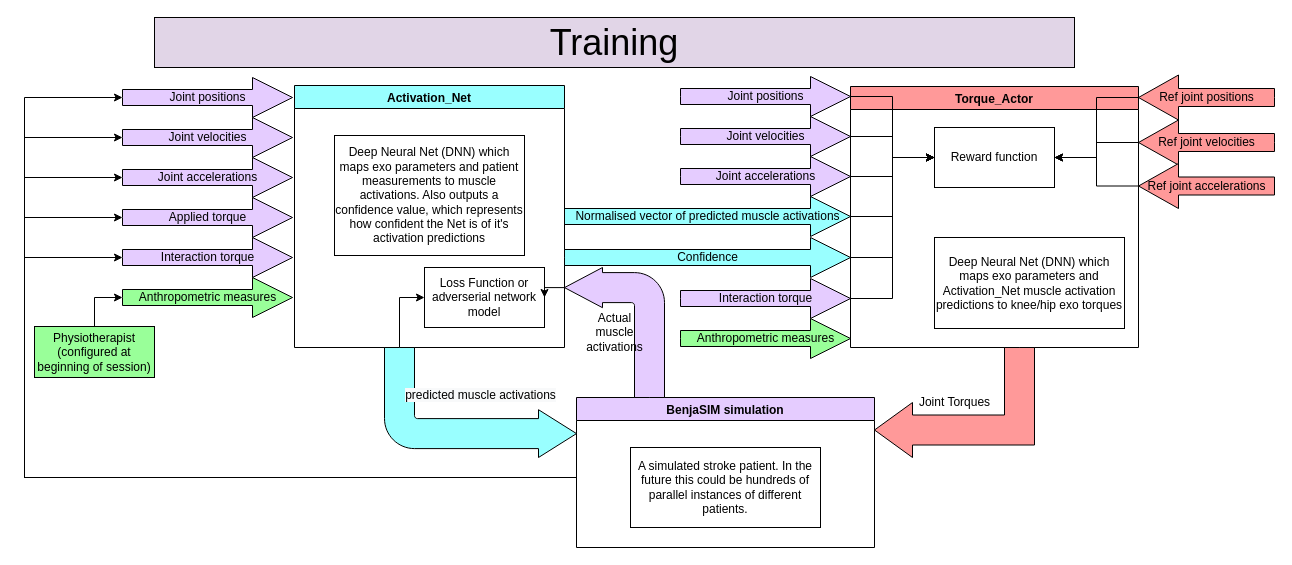
Above: Exo_Net_train.drawio in LeoCain/MASS_EXO (draw.io), before the change. Source tidied: cells renumbered, new cells numbered last; positions are measured from the earlier drawing's top-left corner, leaving out a move shared by most shapes. Both pictures are drawn from the tidied source at 100%, with x=0, y=0 at pixel (24, 17).
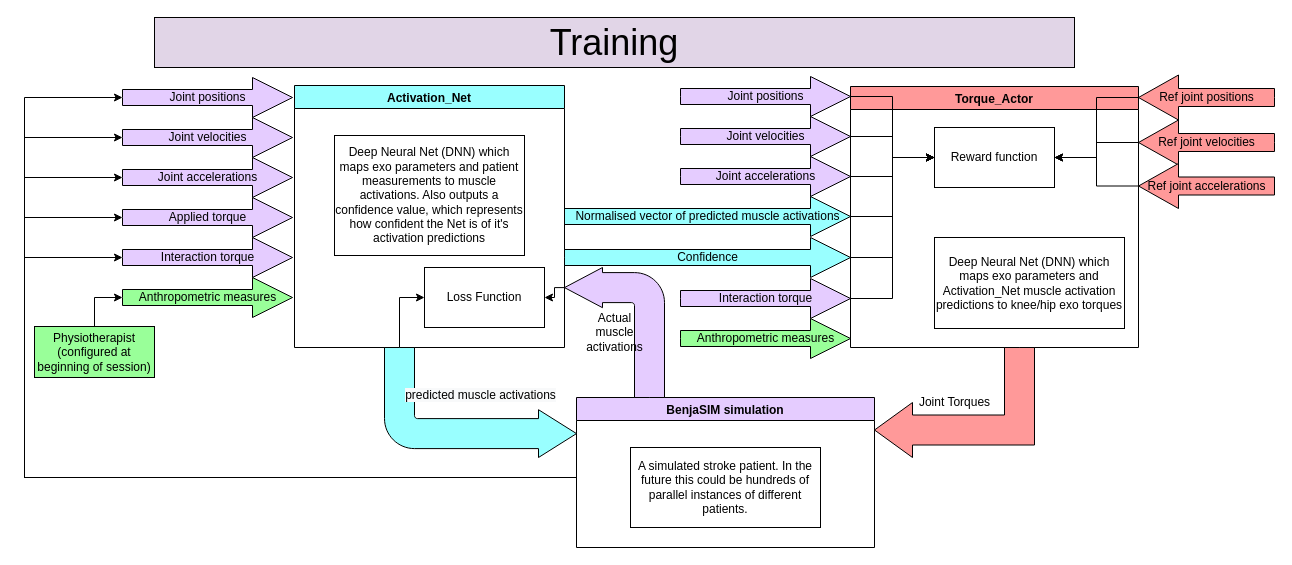
The same page after the edit.

Commit message:
updated loss function

The change refers to these unchanged cells:
```xml
<mxCell id="29" value="Activation_Net" style="swimlane;startSize=23;fillColor=#99FFFF;" parent="1" vertex="1">
  <mxGeometry x="270" y="68" width="270" height="262" as="geometry" />
</mxCell>
<mxCell id="39" value="Actual &lt;br&gt;muscle &lt;br&gt;activations" style="html=1;shadow=0;dashed=0;align=center;verticalAlign=middle;shape=mxgraph.arrows2.bendArrow;dy=15;dx=38;notch=0;arrowHead=40.2;rounded=1;fillColor=#E5CCFF;flipH=1;" parent="1" vertex="1">
  <mxGeometry x="540" y="250" width="100" height="130" as="geometry" />
</mxCell>
```

Change to the diagram source:
```diff
@@
-    <mxCell id="30" value="Loss Function or adverserial network model" style="rounded=0;whiteSpace=wrap;html=1;fillColor=#FFFFFF;" parent="29" vertex="1">
+    <mxCell id="30" value="Loss Function" style="rounded=0;whiteSpace=wrap;html=1;fillColor=#FFFFFF;" parent="29" vertex="1">
       <mxGeometry x="130" y="182" width="120" height="60" as="geometry" />
     </mxCell>
@@
     <mxCell id="38" style="edgeStyle=orthogonalEdgeStyle;rounded=0;jettySize=auto;html=1;exitX=0;exitY=0;exitDx=100;exitDy=20.1;exitPerimeter=0;entryX=1;entryY=0.5;entryDx=0;entryDy=0;" parent="1" edge="1" source="39" target="30">
-      <mxGeometry relative="1" as="geometry" />
+      <mxGeometry relative="1" as="geometry">
+        <Array as="points">
+          <mxPoint x="530" y="270" />
+          <mxPoint x="530" y="280" />
+        </Array>
+      </mxGeometry>
     </mxCell>
```
